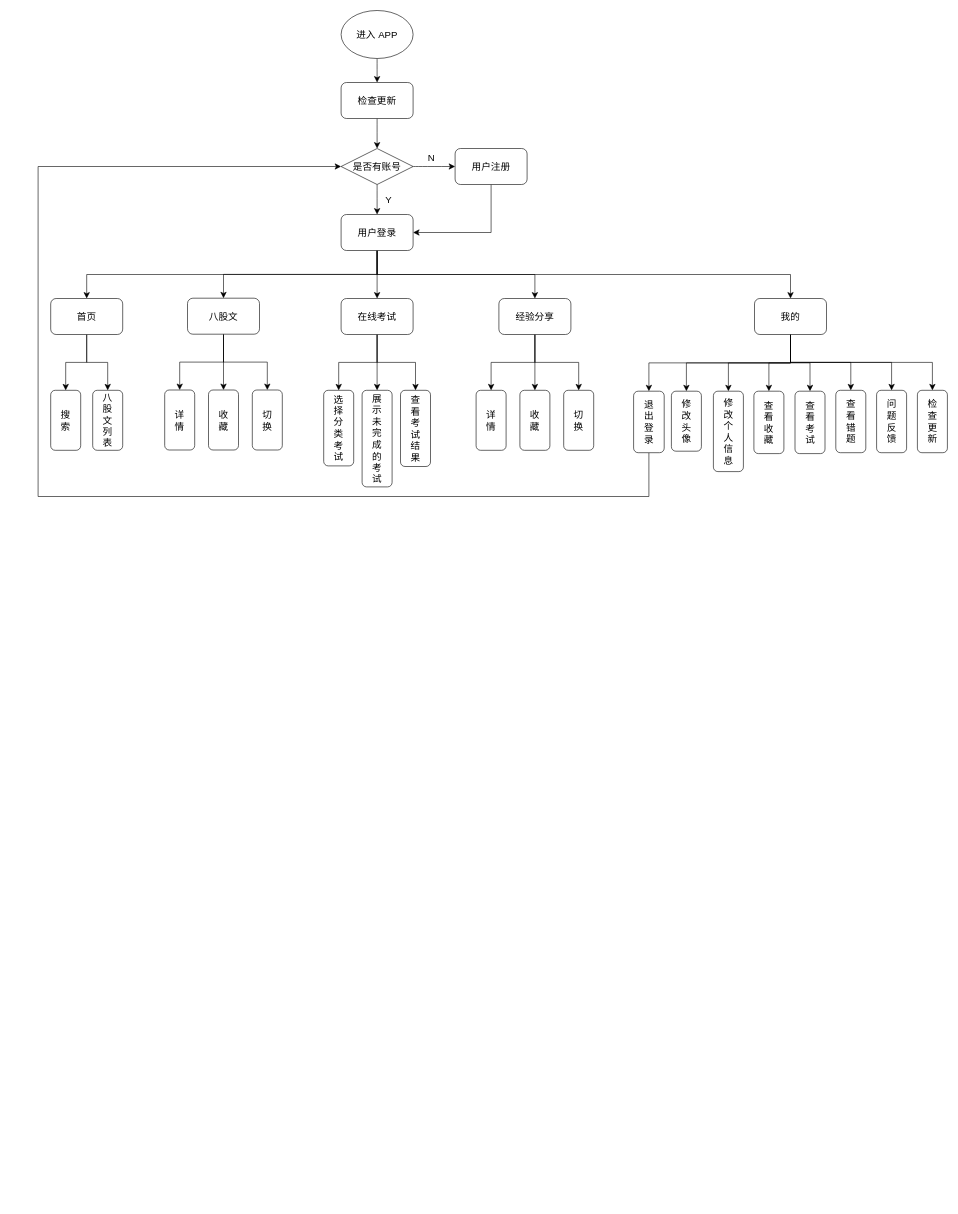
Before: project/easyjob.drawio in Pineapple666/Draw, a draw.io diagram. Source tidied: cells renumbered, new cells numbered last; positions are measured from the earlier drawing's top-left corner, leaving out a move shared by most shapes. Both pictures are drawn from the tidied source at 60%, with x=0, y=0 at pixel (38, 10).
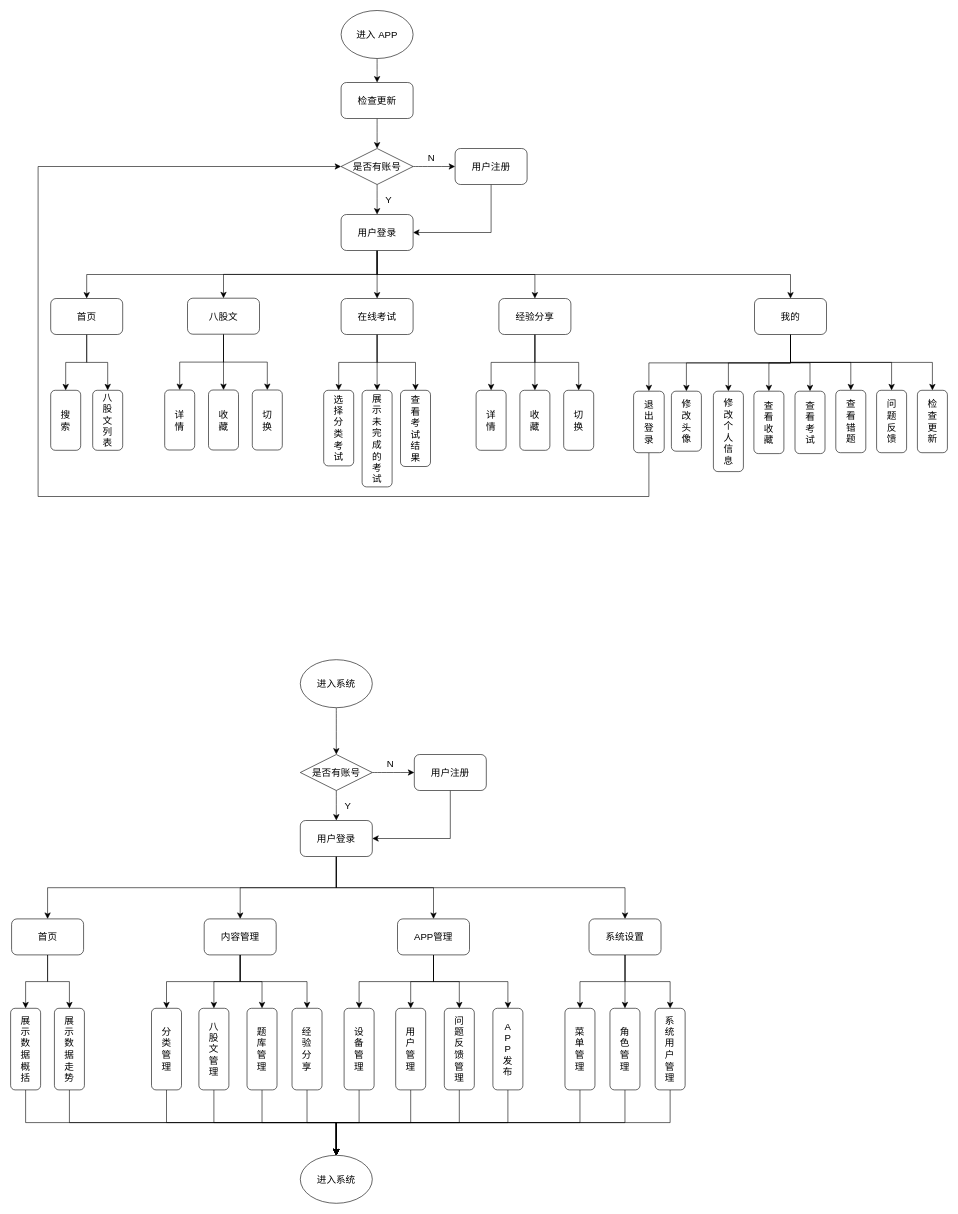
Above is the later version.

What changed in the source:
```diff
@@
+    <mxCell id="63" style="edgeStyle=none;curved=1;rounded=0;jettySize=auto;html=1;exitX=0.5;exitY=1;exitDx=0;exitDy=0;fontSize=12;startSize=8;endSize=8;" parent="1" edge="1" source="64" target="67">
+      <mxGeometry relative="1" as="geometry" />
+    </mxCell>
+    <mxCell id="64" value="&lt;font style=&quot;font-size: 16px;&quot;&gt;进入系统&lt;/font&gt;" style="ellipse;whiteSpace=wrap;html=1;" parent="1" vertex="1">
+      <mxGeometry x="437" y="1082" width="120" height="80" as="geometry" />
+    </mxCell>
+    <mxCell id="65" style="edgeStyle=none;curved=1;rounded=0;jettySize=auto;html=1;exitX=1;exitY=0.5;exitDx=0;exitDy=0;entryX=0;entryY=0.5;entryDx=0;entryDy=0;fontSize=12;startSize=8;endSize=8;" parent="1" edge="1" source="67" target="74">
+      <mxGeometry relative="1" as="geometry" />
+    </mxCell>
+    <mxCell id="66" style="edgeStyle=none;curved=1;rounded=0;jettySize=auto;html=1;exitX=0.5;exitY=1;exitDx=0;exitDy=0;entryX=0.5;entryY=0;entryDx=0;entryDy=0;fontSize=12;startSize=8;endSize=8;" parent="1" edge="1" source="67" target="72">
+      <mxGeometry relative="1" as="geometry" />
+    </mxCell>
+    <mxCell id="67" value="&lt;font style=&quot;font-size: 16px;&quot;&gt;是否有账号&lt;/font&gt;" style="rhombus;whiteSpace=wrap;html=1;" parent="1" vertex="1">
+      <mxGeometry x="437" y="1240" width="120" height="60" as="geometry" />
+    </mxCell>
+    <mxCell id="68" style="edgeStyle=orthogonalEdgeStyle;rounded=0;jettySize=auto;html=1;exitX=0.5;exitY=1;exitDx=0;exitDy=0;entryX=0.5;entryY=0;entryDx=0;entryDy=0;fontSize=12;startSize=8;endSize=8;" parent="1" edge="1" source="72" target="79">
+      <mxGeometry relative="1" as="geometry" />
+    </mxCell>
+    <mxCell id="69" style="edgeStyle=orthogonalEdgeStyle;rounded=0;jettySize=auto;html=1;exitX=0.5;exitY=1;exitDx=0;exitDy=0;entryX=0.5;entryY=0;entryDx=0;entryDy=0;fontSize=12;startSize=8;endSize=8;" parent="1" edge="1" source="72" target="84">
+      <mxGeometry relative="1" as="geometry" />
+    </mxCell>
+    <mxCell id="70" style="edgeStyle=orthogonalEdgeStyle;rounded=0;jettySize=auto;html=1;exitX=0.5;exitY=1;exitDx=0;exitDy=0;entryX=0.5;entryY=0;entryDx=0;entryDy=0;fontSize=12;startSize=8;endSize=8;" parent="1" edge="1" source="72" target="89">
+      <mxGeometry relative="1" as="geometry" />
+    </mxCell>
+    <mxCell id="71" style="edgeStyle=orthogonalEdgeStyle;rounded=0;jettySize=auto;html=1;exitX=0.5;exitY=1;exitDx=0;exitDy=0;entryX=0.5;entryY=0;entryDx=0;entryDy=0;fontSize=12;startSize=8;endSize=8;" parent="1" edge="1" source="72" target="93">
+      <mxGeometry relative="1" as="geometry" />
+    </mxCell>
+    <mxCell id="72" value="&lt;font style=&quot;font-size: 16px;&quot;&gt;用户登录&lt;/font&gt;" style="rounded=1;whiteSpace=wrap;html=1;" parent="1" vertex="1">
+      <mxGeometry x="437" y="1350" width="120" height="60" as="geometry" />
+    </mxCell>
+    <mxCell id="73" style="edgeStyle=orthogonalEdgeStyle;rounded=0;jettySize=auto;html=1;exitX=0.5;exitY=1;exitDx=0;exitDy=0;entryX=1;entryY=0.5;entryDx=0;entryDy=0;fontSize=12;startSize=8;endSize=8;" parent="1" edge="1" source="74" target="72">
+      <mxGeometry relative="1" as="geometry" />
+    </mxCell>
+    <mxCell id="74" value="&lt;font style=&quot;font-size: 16px;&quot;&gt;用户注册&lt;/font&gt;" style="rounded=1;whiteSpace=wrap;html=1;" parent="1" vertex="1">
+      <mxGeometry x="627" y="1240" width="120" height="60" as="geometry" />
+    </mxCell>
+    <mxCell id="75" value="N" style="text;html=1;align=center;verticalAlign=middle;strokeColor=none;fillColor=none;fontSize=16;" parent="1" vertex="1">
+      <mxGeometry x="567" y="1240" width="40" height="30" as="geometry" />
+    </mxCell>
+    <mxCell id="76" value="Y" style="text;html=1;align=center;verticalAlign=middle;strokeColor=none;fillColor=none;fontSize=16;" parent="1" vertex="1">
+      <mxGeometry x="501" y="1310" width="30" height="30" as="geometry" />
+    </mxCell>
+    <mxCell id="77" style="edgeStyle=orthogonalEdgeStyle;rounded=0;jettySize=auto;html=1;exitX=0.5;exitY=1;exitDx=0;exitDy=0;entryX=0.5;entryY=0;entryDx=0;entryDy=0;fontSize=12;startSize=8;endSize=8;" parent="1" edge="1" source="79" target="95">
+      <mxGeometry relative="1" as="geometry" />
+    </mxCell>
+    <mxCell id="78" style="edgeStyle=orthogonalEdgeStyle;rounded=0;jettySize=auto;html=1;exitX=0.5;exitY=1;exitDx=0;exitDy=0;entryX=0.5;entryY=0;entryDx=0;entryDy=0;fontSize=12;startSize=8;endSize=8;" parent="1" edge="1" source="79" target="97">
+      <mxGeometry relative="1" as="geometry" />
+    </mxCell>
+    <mxCell id="79" value="&lt;font style=&quot;font-size: 16px;&quot;&gt;首页&lt;/font&gt;" style="rounded=1;whiteSpace=wrap;html=1;" parent="1" vertex="1">
+      <mxGeometry x="-44.2" y="1514" width="120" height="60" as="geometry" />
+    </mxCell>
+    <mxCell id="80" style="edgeStyle=orthogonalEdgeStyle;rounded=0;jettySize=auto;html=1;exitX=0.5;exitY=1;exitDx=0;exitDy=0;entryX=0.5;entryY=0;entryDx=0;entryDy=0;fontSize=12;startSize=8;endSize=8;" parent="1" edge="1" source="84" target="99">
+      <mxGeometry relative="1" as="geometry" />
+    </mxCell>
+    <mxCell id="81" style="edgeStyle=orthogonalEdgeStyle;rounded=0;jettySize=auto;html=1;exitX=0.5;exitY=1;exitDx=0;exitDy=0;entryX=0.5;entryY=0;entryDx=0;entryDy=0;fontSize=12;startSize=8;endSize=8;" parent="1" edge="1" source="84" target="101">
+      <mxGeometry relative="1" as="geometry" />
+    </mxCell>
+    <mxCell id="82" style="edgeStyle=orthogonalEdgeStyle;rounded=0;jettySize=auto;html=1;exitX=0.5;exitY=1;exitDx=0;exitDy=0;entryX=0.5;entryY=0;entryDx=0;entryDy=0;fontSize=12;startSize=8;endSize=8;" parent="1" edge="1" source="84" target="103">
+      <mxGeometry relative="1" as="geometry" />
+    </mxCell>
+    <mxCell id="83" style="edgeStyle=orthogonalEdgeStyle;rounded=0;jettySize=auto;html=1;exitX=0.5;exitY=1;exitDx=0;exitDy=0;entryX=0.5;entryY=0;entryDx=0;entryDy=0;fontSize=12;startSize=8;endSize=8;" parent="1" edge="1" source="84" target="105">
+      <mxGeometry relative="1" as="geometry" />
+    </mxCell>
+    <mxCell id="84" value="&lt;font style=&quot;font-size: 16px;&quot;&gt;内容管理&lt;/font&gt;" style="rounded=1;whiteSpace=wrap;html=1;" parent="1" vertex="1">
+      <mxGeometry x="276.8" y="1514" width="120" height="60" as="geometry" />
+    </mxCell>
+    <mxCell id="85" style="edgeStyle=orthogonalEdgeStyle;rounded=0;jettySize=auto;html=1;exitX=0.5;exitY=1;exitDx=0;exitDy=0;entryX=0.5;entryY=0;entryDx=0;entryDy=0;fontSize=12;startSize=8;endSize=8;" parent="1" edge="1" source="89" target="107">
+      <mxGeometry relative="1" as="geometry" />
+    </mxCell>
+    <mxCell id="86" style="edgeStyle=orthogonalEdgeStyle;rounded=0;jettySize=auto;html=1;exitX=0.5;exitY=1;exitDx=0;exitDy=0;entryX=0.5;entryY=0;entryDx=0;entryDy=0;fontSize=12;startSize=8;endSize=8;" parent="1" edge="1" source="89" target="109">
+      <mxGeometry relative="1" as="geometry" />
+    </mxCell>
+    <mxCell id="87" style="edgeStyle=orthogonalEdgeStyle;rounded=0;jettySize=auto;html=1;exitX=0.5;exitY=1;exitDx=0;exitDy=0;entryX=0.5;entryY=0;entryDx=0;entryDy=0;fontSize=12;startSize=8;endSize=8;" parent="1" edge="1" source="89" target="111">
+      <mxGeometry relative="1" as="geometry" />
+    </mxCell>
+    <mxCell id="88" style="edgeStyle=orthogonalEdgeStyle;rounded=0;jettySize=auto;html=1;exitX=0.5;exitY=1;exitDx=0;exitDy=0;entryX=0.5;entryY=0;entryDx=0;entryDy=0;fontSize=12;startSize=8;endSize=8;" parent="1" edge="1" source="89" target="113">
+      <mxGeometry relative="1" as="geometry" />
+    </mxCell>
+    <mxCell id="89" value="&lt;font style=&quot;font-size: 16px;&quot;&gt;APP&lt;/font&gt;&lt;span style=&quot;font-size: 16px; background-color: initial;&quot;&gt;管理&lt;/span&gt;" style="rounded=1;whiteSpace=wrap;html=1;" parent="1" vertex="1">
+      <mxGeometry x="599" y="1514" width="120" height="60" as="geometry" />
+    </mxCell>
+    <mxCell id="90" style="edgeStyle=orthogonalEdgeStyle;rounded=0;jettySize=auto;html=1;exitX=0.5;exitY=1;exitDx=0;exitDy=0;entryX=0.5;entryY=0;entryDx=0;entryDy=0;fontSize=12;startSize=8;endSize=8;" parent="1" edge="1" source="93" target="115">
+      <mxGeometry relative="1" as="geometry" />
+    </mxCell>
+    <mxCell id="91" style="edgeStyle=orthogonalEdgeStyle;rounded=0;jettySize=auto;html=1;exitX=0.5;exitY=1;exitDx=0;exitDy=0;entryX=0.5;entryY=0;entryDx=0;entryDy=0;fontSize=12;startSize=8;endSize=8;" parent="1" edge="1" source="93" target="117">
+      <mxGeometry relative="1" as="geometry" />
+    </mxCell>
+    <mxCell id="92" style="edgeStyle=orthogonalEdgeStyle;rounded=0;jettySize=auto;html=1;exitX=0.5;exitY=1;exitDx=0;exitDy=0;entryX=0.5;entryY=0;entryDx=0;entryDy=0;fontSize=12;startSize=8;endSize=8;" parent="1" edge="1" source="93" target="119">
+      <mxGeometry relative="1" as="geometry" />
+    </mxCell>
+    <mxCell id="93" value="&lt;span style=&quot;font-size: 16px;&quot;&gt;系统设置&lt;/span&gt;" style="rounded=1;whiteSpace=wrap;html=1;" parent="1" vertex="1">
+      <mxGeometry x="918.2" y="1514" width="120" height="60" as="geometry" />
+    </mxCell>
+    <mxCell id="94" style="edgeStyle=orthogonalEdgeStyle;rounded=0;jettySize=auto;html=1;exitX=0.5;exitY=1;exitDx=0;exitDy=0;entryX=0.5;entryY=0;entryDx=0;entryDy=0;fontSize=12;startSize=8;endSize=8;" parent="1" edge="1" source="95" target="120">
+      <mxGeometry relative="1" as="geometry" />
+    </mxCell>
+    <mxCell id="95" value="&lt;span style=&quot;font-size: 16px;&quot;&gt;展&lt;/span&gt;&lt;div&gt;&lt;span style=&quot;font-size: 16px;&quot;&gt;示&lt;/span&gt;&lt;/div&gt;&lt;div&gt;&lt;span style=&quot;font-size: 16px;&quot;&gt;数&lt;/span&gt;&lt;/div&gt;&lt;div&gt;&lt;span style=&quot;font-size: 16px;&quot;&gt;据&lt;/span&gt;&lt;/div&gt;&lt;div&gt;&lt;span style=&quot;font-size: 16px;&quot;&gt;概&lt;/span&gt;&lt;/div&gt;&lt;div&gt;&lt;span style=&quot;font-size: 16px;&quot;&gt;括&lt;/span&gt;&lt;/div&gt;" style="rounded=1;whiteSpace=wrap;html=1;" parent="1" vertex="1">
+      <mxGeometry x="-45.8" y="1663" width="50" height="136" as="geometry" />
+    </mxCell>
+    <mxCell id="96" style="edgeStyle=orthogonalEdgeStyle;rounded=0;jettySize=auto;html=1;exitX=0.5;exitY=1;exitDx=0;exitDy=0;entryX=0.5;entryY=0;entryDx=0;entryDy=0;fontSize=12;startSize=8;endSize=8;" parent="1" edge="1" source="97" target="120">
+      <mxGeometry relative="1" as="geometry" />
+    </mxCell>
+    <mxCell id="97" value="&lt;span style=&quot;font-size: 16px;&quot;&gt;展&lt;/span&gt;&lt;div&gt;&lt;div&gt;&lt;span style=&quot;background-color: initial; font-size: 16px;&quot;&gt;示&lt;/span&gt;&lt;/div&gt;&lt;div&gt;&lt;span style=&quot;background-color: initial; font-size: 16px;&quot;&gt;数&lt;/span&gt;&lt;/div&gt;&lt;div&gt;&lt;span style=&quot;background-color: initial; font-size: 16px;&quot;&gt;据&lt;/span&gt;&lt;/div&gt;&lt;div&gt;&lt;span style=&quot;background-color: initial; font-size: 16px;&quot;&gt;走&lt;/span&gt;&lt;/div&gt;&lt;div&gt;&lt;span style=&quot;background-color: initial; font-size: 16px;&quot;&gt;势&lt;/span&gt;&lt;br&gt;&lt;/div&gt;&lt;/div&gt;" style="rounded=1;whiteSpace=wrap;html=1;" parent="1" vertex="1">
+      <mxGeometry x="27.2" y="1663" width="50" height="136" as="geometry" />
+    </mxCell>
+    <mxCell id="98" style="edgeStyle=orthogonalEdgeStyle;rounded=0;jettySize=auto;html=1;exitX=0.5;exitY=1;exitDx=0;exitDy=0;entryX=0.5;entryY=0;entryDx=0;entryDy=0;fontSize=12;startSize=8;endSize=8;" parent="1" edge="1" source="99" target="120">
+      <mxGeometry relative="1" as="geometry" />
+    </mxCell>
+    <mxCell id="99" value="&lt;div&gt;&lt;div&gt;&lt;span style=&quot;font-size: 16px;&quot;&gt;分&lt;/span&gt;&lt;/div&gt;&lt;div&gt;&lt;span style=&quot;font-size: 16px;&quot;&gt;类&lt;/span&gt;&lt;/div&gt;&lt;div&gt;&lt;span style=&quot;font-size: 16px;&quot;&gt;管&lt;/span&gt;&lt;/div&gt;&lt;div&gt;&lt;span style=&quot;font-size: 16px;&quot;&gt;理&lt;/span&gt;&lt;/div&gt;&lt;/div&gt;" style="rounded=1;whiteSpace=wrap;html=1;" parent="1" vertex="1">
+      <mxGeometry x="189" y="1663" width="50" height="136" as="geometry" />
+    </mxCell>
+    <mxCell id="100" style="edgeStyle=orthogonalEdgeStyle;rounded=0;jettySize=auto;html=1;exitX=0.5;exitY=1;exitDx=0;exitDy=0;entryX=0.5;entryY=0;entryDx=0;entryDy=0;fontSize=12;startSize=8;endSize=8;" parent="1" edge="1" source="101" target="120">
+      <mxGeometry relative="1" as="geometry" />
+    </mxCell>
+    <mxCell id="101" value="&lt;div&gt;&lt;div&gt;&lt;span style=&quot;font-size: 16px;&quot;&gt;八&lt;/span&gt;&lt;/div&gt;&lt;div&gt;&lt;span style=&quot;font-size: 16px;&quot;&gt;股&lt;/span&gt;&lt;/div&gt;&lt;div&gt;&lt;span style=&quot;font-size: 16px;&quot;&gt;文&lt;/span&gt;&lt;/div&gt;&lt;div&gt;&lt;span style=&quot;font-size: 16px;&quot;&gt;管&lt;/span&gt;&lt;/div&gt;&lt;div&gt;&lt;span style=&quot;font-size: 16px;&quot;&gt;理&lt;/span&gt;&lt;/div&gt;&lt;/div&gt;" style="rounded=1;whiteSpace=wrap;html=1;" parent="1" vertex="1">
+      <mxGeometry x="268" y="1663" width="50" height="136" as="geometry" />
+    </mxCell>
+    <mxCell id="102" style="edgeStyle=orthogonalEdgeStyle;rounded=0;jettySize=auto;html=1;exitX=0.5;exitY=1;exitDx=0;exitDy=0;entryX=0.5;entryY=0;entryDx=0;entryDy=0;fontSize=12;startSize=8;endSize=8;" parent="1" edge="1" source="103" target="120">
+      <mxGeometry relative="1" as="geometry" />
+    </mxCell>
+    <mxCell id="103" value="&lt;div&gt;&lt;div&gt;&lt;span style=&quot;font-size: 16px;&quot;&gt;题&lt;/span&gt;&lt;/div&gt;&lt;div&gt;&lt;span style=&quot;font-size: 16px;&quot;&gt;库&lt;/span&gt;&lt;/div&gt;&lt;div&gt;&lt;span style=&quot;font-size: 16px;&quot;&gt;管&lt;/span&gt;&lt;/div&gt;&lt;div&gt;&lt;span style=&quot;font-size: 16px;&quot;&gt;理&lt;/span&gt;&lt;/div&gt;&lt;/div&gt;" style="rounded=1;whiteSpace=wrap;html=1;" parent="1" vertex="1">
+      <mxGeometry x="348.2" y="1663" width="50" height="136" as="geometry" />
+    </mxCell>
+    <mxCell id="104" style="edgeStyle=orthogonalEdgeStyle;rounded=0;jettySize=auto;html=1;exitX=0.5;exitY=1;exitDx=0;exitDy=0;entryX=0.5;entryY=0;entryDx=0;entryDy=0;fontSize=12;startSize=8;endSize=8;" parent="1" edge="1" source="105" target="120">
+      <mxGeometry relative="1" as="geometry" />
+    </mxCell>
+    <mxCell id="105" value="&lt;div&gt;&lt;span style=&quot;font-size: 16px;&quot;&gt;经&lt;/span&gt;&lt;/div&gt;&lt;div&gt;&lt;span style=&quot;font-size: 16px;&quot;&gt;验&lt;/span&gt;&lt;/div&gt;&lt;div&gt;&lt;span style=&quot;font-size: 16px; background-color: initial;&quot;&gt;分&lt;/span&gt;&lt;/div&gt;&lt;div&gt;&lt;span style=&quot;font-size: 16px; background-color: initial;&quot;&gt;享&lt;/span&gt;&lt;br&gt;&lt;/div&gt;" style="rounded=1;whiteSpace=wrap;html=1;" parent="1" vertex="1">
+      <mxGeometry x="423.2" y="1663" width="50" height="136" as="geometry" />
+    </mxCell>
+    <mxCell id="106" style="edgeStyle=orthogonalEdgeStyle;rounded=0;jettySize=auto;html=1;exitX=0.5;exitY=1;exitDx=0;exitDy=0;entryX=0.5;entryY=0;entryDx=0;entryDy=0;fontSize=12;startSize=8;endSize=8;" parent="1" edge="1" source="107" target="120">
+      <mxGeometry relative="1" as="geometry" />
+    </mxCell>
+    <mxCell id="107" value="&lt;div&gt;&lt;span style=&quot;font-size: 16px;&quot;&gt;设&lt;/span&gt;&lt;/div&gt;&lt;div&gt;&lt;span style=&quot;font-size: 16px;&quot;&gt;备&lt;/span&gt;&lt;/div&gt;&lt;div&gt;&lt;span style=&quot;font-size: 16px;&quot;&gt;管&lt;/span&gt;&lt;/div&gt;&lt;div&gt;&lt;span style=&quot;font-size: 16px;&quot;&gt;理&lt;/span&gt;&lt;/div&gt;" style="rounded=1;whiteSpace=wrap;html=1;" parent="1" vertex="1">
+      <mxGeometry x="510" y="1663" width="50" height="136" as="geometry" />
+    </mxCell>
+    <mxCell id="108" style="edgeStyle=orthogonalEdgeStyle;rounded=0;jettySize=auto;html=1;exitX=0.5;exitY=1;exitDx=0;exitDy=0;entryX=0.5;entryY=0;entryDx=0;entryDy=0;fontSize=12;startSize=8;endSize=8;" parent="1" edge="1" source="109" target="120">
+      <mxGeometry relative="1" as="geometry" />
+    </mxCell>
+    <mxCell id="109" value="&lt;div&gt;&lt;span style=&quot;font-size: 16px;&quot;&gt;用&lt;/span&gt;&lt;/div&gt;&lt;div&gt;&lt;span style=&quot;font-size: 16px;&quot;&gt;户&lt;/span&gt;&lt;/div&gt;&lt;div&gt;&lt;span style=&quot;font-size: 16px;&quot;&gt;管&lt;/span&gt;&lt;/div&gt;&lt;div&gt;&lt;span style=&quot;font-size: 16px;&quot;&gt;理&lt;/span&gt;&lt;/div&gt;" style="rounded=1;whiteSpace=wrap;html=1;" parent="1" vertex="1">
+      <mxGeometry x="596" y="1663" width="50" height="136" as="geometry" />
+    </mxCell>
+    <mxCell id="110" style="edgeStyle=orthogonalEdgeStyle;rounded=0;jettySize=auto;html=1;exitX=0.5;exitY=1;exitDx=0;exitDy=0;entryX=0.5;entryY=0;entryDx=0;entryDy=0;fontSize=12;startSize=8;endSize=8;" parent="1" edge="1" source="111" target="120">
+      <mxGeometry relative="1" as="geometry" />
+    </mxCell>
+    <mxCell id="111" value="&lt;div&gt;&lt;span style=&quot;font-size: 16px;&quot;&gt;问&lt;/span&gt;&lt;/div&gt;&lt;div&gt;&lt;span style=&quot;font-size: 16px;&quot;&gt;题&lt;/span&gt;&lt;/div&gt;&lt;div&gt;&lt;span style=&quot;font-size: 16px;&quot;&gt;反&lt;/span&gt;&lt;/div&gt;&lt;div&gt;&lt;span style=&quot;font-size: 16px;&quot;&gt;馈&lt;/span&gt;&lt;/div&gt;&lt;div&gt;&lt;span style=&quot;font-size: 16px;&quot;&gt;管&lt;/span&gt;&lt;/div&gt;&lt;div&gt;&lt;span style=&quot;font-size: 16px;&quot;&gt;理&lt;/span&gt;&lt;/div&gt;" style="rounded=1;whiteSpace=wrap;html=1;" parent="1" vertex="1">
+      <mxGeometry x="677" y="1663" width="50" height="136" as="geometry" />
+    </mxCell>
+    <mxCell id="112" style="edgeStyle=orthogonalEdgeStyle;rounded=0;jettySize=auto;html=1;exitX=0.5;exitY=1;exitDx=0;exitDy=0;entryX=0.5;entryY=0;entryDx=0;entryDy=0;fontSize=12;startSize=8;endSize=8;" parent="1" edge="1" source="113" target="120">
+      <mxGeometry relative="1" as="geometry" />
+    </mxCell>
+    <mxCell id="113" value="&lt;div&gt;&lt;span style=&quot;font-size: 16px;&quot;&gt;A&lt;/span&gt;&lt;/div&gt;&lt;div&gt;&lt;span style=&quot;font-size: 16px;&quot;&gt;P&lt;/span&gt;&lt;/div&gt;&lt;div&gt;&lt;span style=&quot;font-size: 16px;&quot;&gt;P&lt;/span&gt;&lt;/div&gt;&lt;div&gt;&lt;span style=&quot;font-size: 16px; background-color: initial;&quot;&gt;发&lt;/span&gt;&lt;/div&gt;&lt;div&gt;&lt;span style=&quot;font-size: 16px; background-color: initial;&quot;&gt;布&lt;/span&gt;&lt;/div&gt;" style="rounded=1;whiteSpace=wrap;html=1;" parent="1" vertex="1">
+      <mxGeometry x="758" y="1663" width="50" height="136" as="geometry" />
+    </mxCell>
+    <mxCell id="114" style="edgeStyle=orthogonalEdgeStyle;rounded=0;jettySize=auto;html=1;exitX=0.5;exitY=1;exitDx=0;exitDy=0;entryX=0.5;entryY=0;entryDx=0;entryDy=0;fontSize=12;startSize=8;endSize=8;" parent="1" edge="1" source="115" target="120">
+      <mxGeometry relative="1" as="geometry" />
+    </mxCell>
+    <mxCell id="115" value="&lt;div&gt;&lt;span style=&quot;font-size: 16px;&quot;&gt;菜&lt;/span&gt;&lt;/div&gt;&lt;div&gt;&lt;span style=&quot;font-size: 16px;&quot;&gt;单&lt;/span&gt;&lt;/div&gt;&lt;div&gt;&lt;span style=&quot;font-size: 16px;&quot;&gt;管&lt;/span&gt;&lt;/div&gt;&lt;div&gt;&lt;span style=&quot;font-size: 16px;&quot;&gt;理&lt;/span&gt;&lt;/div&gt;" style="rounded=1;whiteSpace=wrap;html=1;" parent="1" vertex="1">
+      <mxGeometry x="878.1" y="1663" width="50" height="136" as="geometry" />
+    </mxCell>
+    <mxCell id="116" style="edgeStyle=orthogonalEdgeStyle;rounded=0;jettySize=auto;html=1;exitX=0.5;exitY=1;exitDx=0;exitDy=0;entryX=0.5;entryY=0;entryDx=0;entryDy=0;fontSize=12;startSize=8;endSize=8;" parent="1" edge="1" source="117" target="120">
+      <mxGeometry relative="1" as="geometry" />
+    </mxCell>
+    <mxCell id="117" value="&lt;div&gt;&lt;span style=&quot;font-size: 16px;&quot;&gt;角&lt;/span&gt;&lt;/div&gt;&lt;div&gt;&lt;span style=&quot;font-size: 16px;&quot;&gt;色&lt;/span&gt;&lt;/div&gt;&lt;div&gt;&lt;span style=&quot;font-size: 16px;&quot;&gt;管&lt;/span&gt;&lt;/div&gt;&lt;div&gt;&lt;span style=&quot;font-size: 16px;&quot;&gt;理&lt;/span&gt;&lt;/div&gt;" style="rounded=1;whiteSpace=wrap;html=1;" parent="1" vertex="1">
+      <mxGeometry x="953.1" y="1663" width="50" height="136" as="geometry" />
+    </mxCell>
+    <mxCell id="118" style="edgeStyle=orthogonalEdgeStyle;rounded=0;jettySize=auto;html=1;exitX=0.5;exitY=1;exitDx=0;exitDy=0;entryX=0.5;entryY=0;entryDx=0;entryDy=0;fontSize=12;startSize=8;endSize=8;" parent="1" edge="1" source="119" target="120">
+      <mxGeometry relative="1" as="geometry" />
+    </mxCell>
+    <mxCell id="119" value="&lt;div&gt;&lt;span style=&quot;font-size: 16px;&quot;&gt;系&lt;/span&gt;&lt;/div&gt;&lt;div&gt;&lt;span style=&quot;font-size: 16px;&quot;&gt;统&lt;/span&gt;&lt;/div&gt;&lt;div&gt;&lt;span style=&quot;font-size: 16px;&quot;&gt;用&lt;/span&gt;&lt;/div&gt;&lt;div&gt;&lt;span style=&quot;font-size: 16px; background-color: initial;&quot;&gt;户&lt;/span&gt;&lt;/div&gt;&lt;div&gt;&lt;span style=&quot;font-size: 16px; background-color: initial;&quot;&gt;管&lt;/span&gt;&lt;/div&gt;&lt;div&gt;&lt;span style=&quot;font-size: 16px; background-color: initial;&quot;&gt;理&lt;/span&gt;&lt;br&gt;&lt;/div&gt;" style="rounded=1;whiteSpace=wrap;html=1;" parent="1" vertex="1">
+      <mxGeometry x="1028.4" y="1663" width="50" height="136" as="geometry" />
+    </mxCell>
+    <mxCell id="120" value="&lt;font style=&quot;font-size: 16px;&quot;&gt;进入系统&lt;/font&gt;" style="ellipse;whiteSpace=wrap;html=1;" parent="1" vertex="1">
+      <mxGeometry x="437" y="1908" width="120" height="80" as="geometry" />
+    </mxCell>
```
